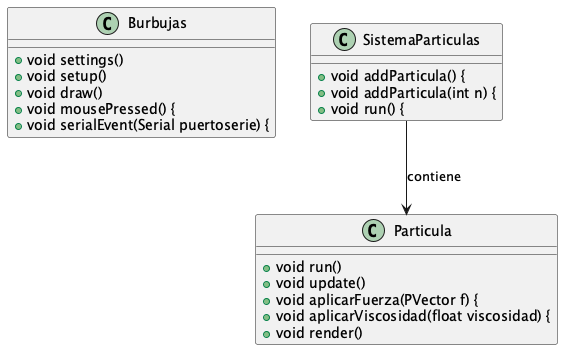
Before: doc/classes_processing.png, a diagram exported from PlantUML (uma-dte-docencia/burbujas).
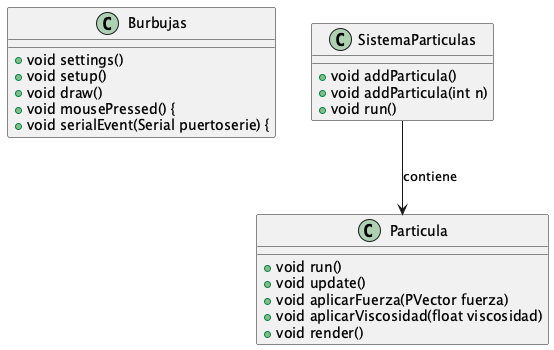
Above is the later version.

What changed in the source:
```diff
@@ -11,15 +11,15 @@
 class Particula {
     +void run()
     +void update()
-    +void aplicarFuerza(PVector f) {
-    +void aplicarViscosidad(float viscosidad) {
+    +void aplicarFuerza(PVector fuerza)
+    +void aplicarViscosidad(float viscosidad)
     +void render()
 }
 
 class SistemaParticulas {
-    +void addParticula() {
-    +void addParticula(int n) {
-    +void run() {
+    +void addParticula()
+    +void addParticula(int n)
+    +void run()
 }
 
 SistemaParticulas --> Particula : contiene
```
